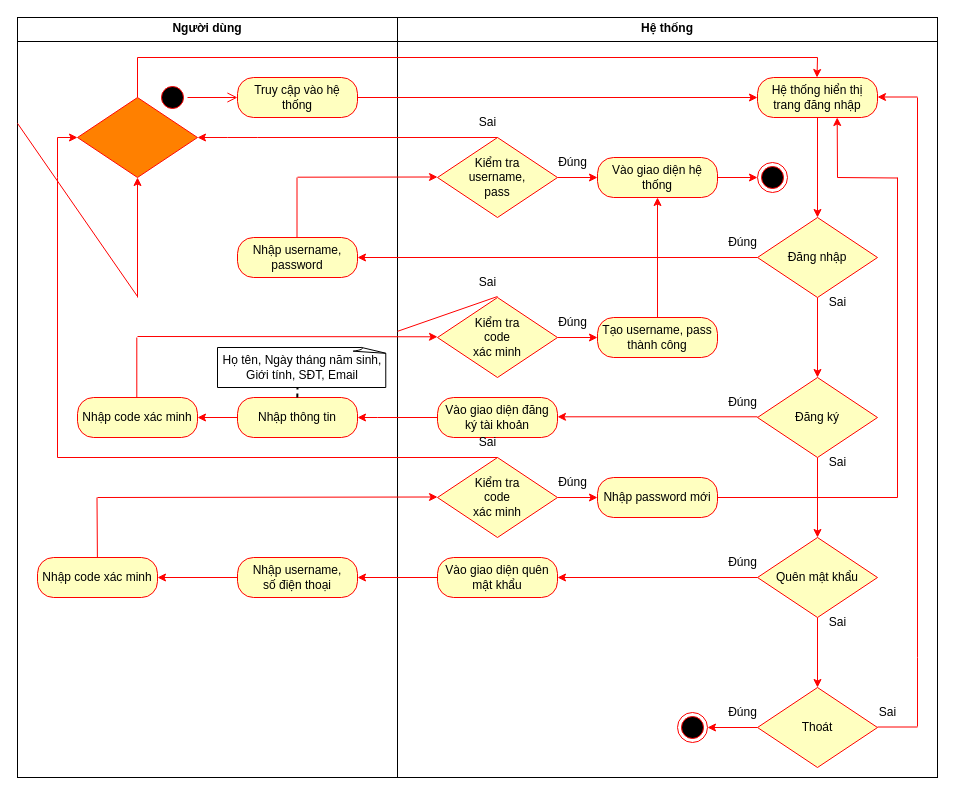
Before: Sơ đồ hoạt động UC đăng nhập.drawio in HaojackYT/DAA_SA, a draw.io diagram. Source tidied: cells renumbered, new cells numbered last; positions are measured from the earlier drawing's top-left corner, leaving out a move shared by most shapes. Both pictures are drawn from the tidied source at 100%, with x=0, y=0 at pixel (17, 17).
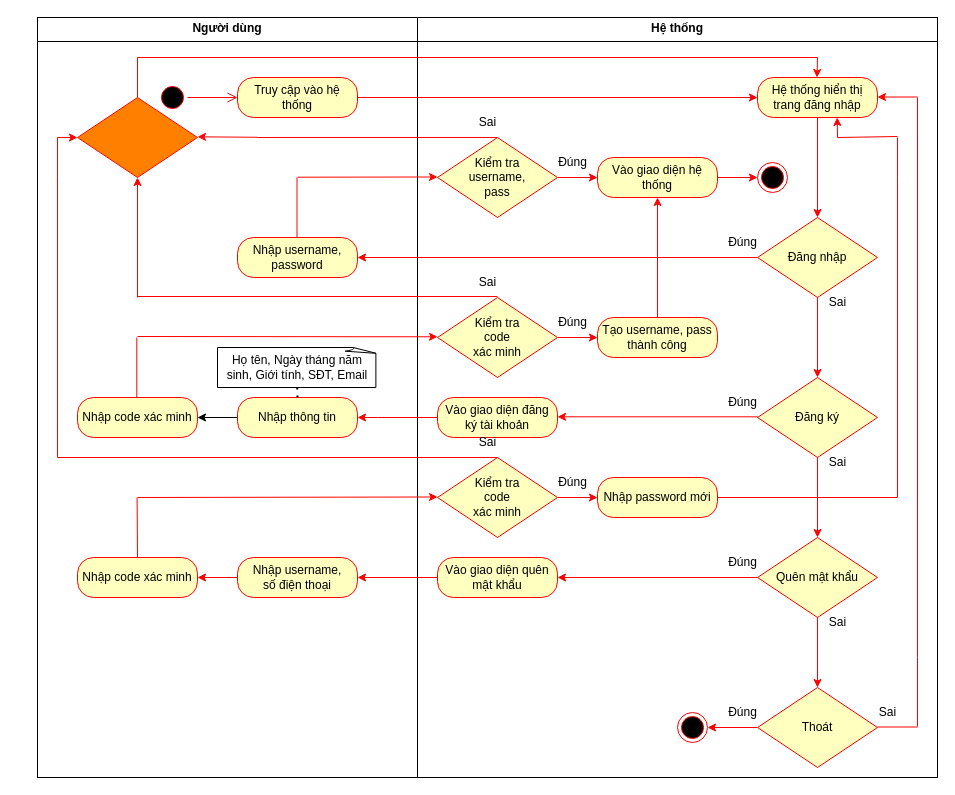
The same diagram, later.

Unchanged cells that the change refers to:
```xml
<mxCell id="4" style="rhombus;whiteSpace=wrap;html=1;fontColor=#000000;fillColor=#FF8000;strokeColor=#FF0909;shadow=0;" parent="1" vertex="1">
  <mxGeometry x="60" y="80" width="120" height="80" as="geometry" />
</mxCell>
<mxCell id="33" value="Nhập thông tin" style="rounded=1;whiteSpace=wrap;html=1;arcSize=40;fontColor=#000000;fillColor=#ffffc0;strokeColor=#ff0000;" parent="1" vertex="1">
  <mxGeometry x="220" y="380" width="120" height="40" as="geometry" />
</mxCell>
<mxCell id="34" value="Nhập code xác minh" style="rounded=1;whiteSpace=wrap;html=1;arcSize=40;fontColor=#000000;fillColor=#ffffc0;strokeColor=#ff0000;" parent="1" vertex="1">
  <mxGeometry x="60" y="380" width="120" height="40" as="geometry" />
</mxCell>
```

Change to the diagram source:
```diff
@@
+    <mxCell id="3" value="&lt;p style=&quot;margin:0px;margin-top:4px;text-align:center;&quot;&gt;&lt;b&gt;Hệ thống&lt;/b&gt;&lt;/p&gt;&lt;hr size=&quot;1&quot; style=&quot;border-style:solid;&quot;&gt;&lt;div style=&quot;height:2px;&quot;&gt;&lt;/div&gt;" style="verticalAlign=top;align=left;overflow=fill;html=1;whiteSpace=wrap;" parent="1" vertex="1">
+      <mxGeometry x="400" width="520" height="760" as="geometry" />
+    </mxCell>
     <mxCell id="2" value="&lt;p style=&quot;margin:0px;margin-top:4px;text-align:center;&quot;&gt;&lt;b&gt;Người dùng&lt;/b&gt;&lt;/p&gt;&lt;hr size=&quot;1&quot; style=&quot;border-style:solid;&quot;&gt;&lt;div style=&quot;height:2px;&quot;&gt;&lt;/div&gt;" style="verticalAlign=top;align=left;overflow=fill;html=1;whiteSpace=wrap;" parent="1" vertex="1">
-      <mxGeometry width="380" height="760" as="geometry" />
+      <mxGeometry x="20" width="380" height="760" as="geometry" />
     </mxCell>
-    <mxCell id="3" value="&lt;p style=&quot;margin:0px;margin-top:4px;text-align:center;&quot;&gt;&lt;b&gt;Hệ thống&lt;/b&gt;&lt;/p&gt;&lt;hr size=&quot;1&quot; style=&quot;border-style:solid;&quot;&gt;&lt;div style=&quot;height:2px;&quot;&gt;&lt;/div&gt;" style="verticalAlign=top;align=left;overflow=fill;html=1;whiteSpace=wrap;" parent="1" vertex="1">
-      <mxGeometry x="380" width="540" height="760" as="geometry" />
-    </mxCell>
@@
-    <mxCell id="32" style="edgeStyle=orthogonalEdgeStyle;rounded=0;jettySize=auto;html=1;strokeColor=#FF0000;" parent="1" edge="1" source="33" target="34">
+    <mxCell id="32" style="edgeStyle=orthogonalEdgeStyle;rounded=0;jettySize=auto;html=1;" parent="1" edge="1" source="33" target="34">
       <mxGeometry relative="1" as="geometry" />
     </mxCell>
@@
     <mxCell id="43" value="Nhập code xác minh" style="rounded=1;whiteSpace=wrap;html=1;arcSize=40;fontColor=#000000;fillColor=#ffffc0;strokeColor=#ff0000;" parent="1" vertex="1">
-      <mxGeometry x="20" y="540" width="120" height="40" as="geometry" />
+      <mxGeometry x="60" y="540" width="120" height="40" as="geometry" />
     </mxCell>
@@
     <mxCell id="50" style="endArrow=none;html=1;rounded=0;strokeColor=#FF0000;" parent="1" edge="1">
       <mxGeometry relative="1" as="geometry">
-        <mxPoint x="79.9" y="540" as="sourcePoint" />
-        <mxPoint x="79.5" y="480" as="targetPoint" />
+        <mxPoint x="120" y="540" as="sourcePoint" />
+        <mxPoint x="119.6" y="480" as="targetPoint" />
       </mxGeometry>
     </mxCell>
     <mxCell id="51" style="endArrow=classic;html=1;rounded=0;entryX=0;entryY=0.5;entryDx=0;entryDy=0;strokeColor=#FF0000;" parent="1" edge="1">
       <mxGeometry relative="1" as="geometry">
-        <mxPoint x="80" y="480" as="sourcePoint" />
+        <mxPoint x="120" y="480" as="sourcePoint" />
         <mxPoint x="420" y="479.5" as="targetPoint" />
       </mxGeometry>
     </mxCell>
@@
-    <mxCell id="56" style="endArrow=none;html=1;rounded=0;strokeColor=#FF0000;" parent="1" edge="1" source="2">
+    <mxCell id="56" style="endArrow=none;html=1;rounded=0;strokeColor=#FF0000;" parent="1" edge="1">
       <mxGeometry relative="1" as="geometry">
+        <mxPoint x="120" y="279" as="sourcePoint" />
         <mxPoint x="480" y="279" as="targetPoint" />
       </mxGeometry>
     </mxCell>
@@
-    <mxCell id="61" style="endArrow=classic;html=1;rounded=0;strokeColor=#FF0303;entryX=1;entryY=0.5;entryDx=0;entryDy=0;" parent="1" edge="1" target="4">
+    <mxCell id="61" style="endArrow=classic;html=1;rounded=0;strokeColor=#FF0303;" parent="1" edge="1">
       <mxGeometry relative="1" as="geometry">
-        <mxPoint x="240" y="120" as="sourcePoint" />
-        <Array as="points">
-          <mxPoint x="210" y="120" />
-        </Array>
+        <mxPoint x="240" y="119.8" as="sourcePoint" />
+        <mxPoint x="180" y="119.3" as="targetPoint" />
       </mxGeometry>
     </mxCell>
@@
     <mxCell id="84" style="endArrow=classic;html=1;rounded=0;strokeColor=#FF0000;" parent="1" edge="1">
       <mxGeometry relative="1" as="geometry">
-        <mxPoint x="820" y="160" as="sourcePoint" />
+        <mxPoint x="820" y="120" as="sourcePoint" />
         <mxPoint x="819.7" y="100" as="targetPoint" />
       </mxGeometry>
     </mxCell>
     <mxCell id="85" style="endArrow=none;html=1;rounded=0;strokeColor=#FF0000;" parent="1" edge="1">
       <mxGeometry relative="1" as="geometry">
-        <mxPoint x="820" y="160" as="sourcePoint" />
-        <mxPoint x="880" y="160.5" as="targetPoint" />
+        <mxPoint x="820" y="120" as="sourcePoint" />
+        <mxPoint x="880" y="119" as="targetPoint" />
       </mxGeometry>
     </mxCell>
     <mxCell id="86" value="Họ tên, Ngày tháng năm sinh, Giới tính, SĐT, Email" style="whiteSpace=wrap;html=1;shape=mxgraph.basic.document;" parent="1" vertex="1">
-      <mxGeometry x="200" y="330" width="170" height="40" as="geometry" />
+      <mxGeometry x="200" y="330" width="160" height="40" as="geometry" />
     </mxCell>
-    <mxCell id="87" style="endArrow=none;dashed=1;html=1;dashPattern=1 3;strokeWidth=2;rounded=0;" parent="1" edge="1">
-      <mxGeometry relative="1" as="geometry">
-        <mxPoint x="279.8" y="380" as="sourcePoint" />
-        <mxPoint x="279.8" y="380" as="targetPoint" />
-        <Array as="points">
-          <mxPoint x="280" y="370" />
-        </Array>
-      </mxGeometry>
-    </mxCell>
-    <mxCell id="88" style="endArrow=none;html=1;rounded=0;strokeColor=#FF0000;" parent="1" edge="1" target="2">
-      <mxGeometry relative="1" as="geometry">
-        <mxPoint x="120" y="279" as="sourcePoint" />
-      </mxGeometry>
-    </mxCell>
+    <mxCell id="89" style="endArrow=none;dashed=1;html=1;dashPattern=1 3;strokeWidth=2;rounded=0;" parent="1" edge="1">
+      <mxGeometry relative="1" as="geometry">
+        <mxPoint x="280" y="380" as="sourcePoint" />
+        <mxPoint x="279.7" y="370" as="targetPoint" />
+      </mxGeometry>
+    </mxCell>
+    <mxCell id="90" style="endArrow=none;html=1;rounded=0;strokeColor=#FF0000;" parent="1" edge="1">
+      <mxGeometry relative="1" as="geometry">
+        <mxPoint x="880" y="120" as="sourcePoint" />
+        <mxPoint x="880" y="160" as="targetPoint" />
+      </mxGeometry>
+    </mxCell>
```
